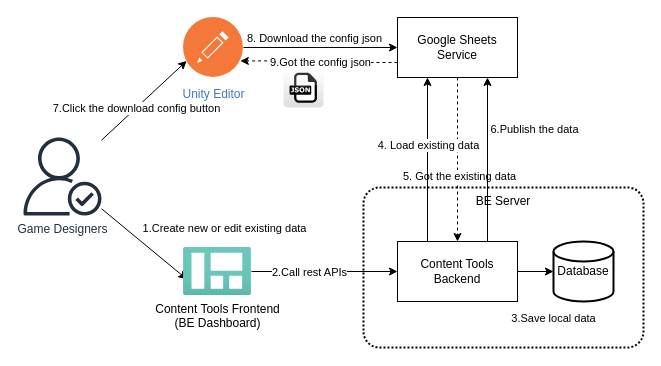
Above: page "Archetecture" (1 of 2) of Glow Content Tools.drawio in yaohuiwu/SimpleFS (draw.io), before the change. Source tidied: cells renumbered, new cells numbered last; positions are measured from the earlier drawing's top-left corner, leaving out a move shared by most shapes. Both pictures are drawn from the tidied source at 100%, with x=0, y=0 at pixel (23, 17).
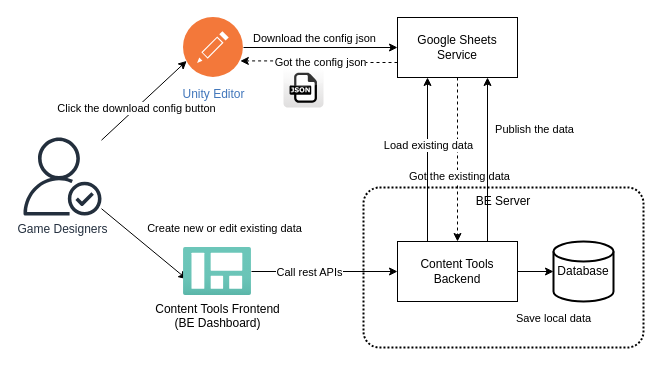
The same diagram, later.

The change refers to these unchanged cells:
```xml
<mxCell id="3" style="edgeStyle=orthogonalEdgeStyle;rounded=0;jettySize=auto;html=1;exitX=0;exitY=0.75;exitDx=0;exitDy=0;entryX=1;entryY=0.75;entryDx=0;entryDy=0;dashed=1;" parent="1" edge="1" source="7" target="22">
  <mxGeometry relative="1" as="geometry" />
</mxCell>
<mxCell id="5" style="edgeStyle=orthogonalEdgeStyle;rounded=0;jettySize=auto;html=1;exitX=0.5;exitY=1;exitDx=0;exitDy=0;dashed=1;entryX=0.5;entryY=0;entryDx=0;entryDy=0;" parent="1" edge="1" source="7" target="19">
  <mxGeometry relative="1" as="geometry" />
</mxCell>
<mxCell id="8" style="rounded=0;jettySize=auto;html=1;entryX=0.049;entryY=0.66;entryDx=0;entryDy=0;entryPerimeter=0;" parent="1" edge="1" source="12" target="25">
  <mxGeometry relative="1" as="geometry" />
</mxCell>
<mxCell id="10" style="edgeStyle=none;rounded=0;jettySize=auto;html=1;entryX=0;entryY=0.75;entryDx=0;entryDy=0;" parent="1" edge="1" source="12" target="22">
  <mxGeometry relative="1" as="geometry" />
</mxCell>
<mxCell id="13" style="edgeStyle=orthogonalEdgeStyle;rounded=0;jettySize=auto;html=1;exitX=1;exitY=0.5;exitDx=0;exitDy=0;" parent="1" edge="1" source="19" target="26">
  <mxGeometry relative="1" as="geometry" />
</mxCell>
<mxCell id="15" style="edgeStyle=orthogonalEdgeStyle;rounded=0;jettySize=auto;html=1;exitX=0.75;exitY=0;exitDx=0;exitDy=0;entryX=0.75;entryY=1;entryDx=0;entryDy=0;" parent="1" edge="1" source="19" target="7">
  <mxGeometry relative="1" as="geometry" />
</mxCell>
<mxCell id="17" style="edgeStyle=orthogonalEdgeStyle;rounded=0;jettySize=auto;html=1;entryX=0.25;entryY=1;entryDx=0;entryDy=0;exitX=0.25;exitY=0;exitDx=0;exitDy=0;" parent="1" edge="1" source="19" target="7">
  <mxGeometry relative="1" as="geometry" />
</mxCell>
<mxCell id="20" style="edgeStyle=none;rounded=0;jettySize=auto;html=1;exitX=1;exitY=0.5;exitDx=0;exitDy=0;entryX=0;entryY=0.5;entryDx=0;entryDy=0;" parent="1" edge="1" source="22" target="7">
  <mxGeometry relative="1" as="geometry" />
</mxCell>
<mxCell id="23" style="edgeStyle=orthogonalEdgeStyle;rounded=0;jettySize=auto;html=1;entryX=0;entryY=0.5;entryDx=0;entryDy=0;" parent="1" edge="1" source="25" target="19">
  <mxGeometry relative="1" as="geometry" />
</mxCell>
```

Change to the diagram source:
```diff
@@
-    <mxCell id="4" value="9.Got the config json" style="edgeLabel;html=1;align=center;verticalAlign=middle;" parent="3" vertex="1">
+    <mxCell id="4" value="Got the config json" style="edgeLabel;html=1;align=center;verticalAlign=middle;" parent="3" vertex="1">
       <mxGeometry x="-0.02" y="1" relative="1" as="geometry" />
     </mxCell>
@@
-    <mxCell id="6" value="5. Got the existing data" style="edgeLabel;html=1;align=center;verticalAlign=middle;" parent="5" vertex="1">
+    <mxCell id="6" value="Got the existing data" style="edgeLabel;html=1;align=center;verticalAlign=middle;" parent="5" vertex="1">
       <mxGeometry x="0.19" y="1" relative="1" as="geometry" />
     </mxCell>
@@
-    <mxCell id="9" value="1.Create new or edit existing data" style="edgeLabel;html=1;align=center;verticalAlign=middle;" parent="8" vertex="1">
+    <mxCell id="9" value="Create new or edit existing data" style="edgeLabel;html=1;align=center;verticalAlign=middle;" parent="8" vertex="1">
       <mxGeometry x="-0.16" relative="1" as="geometry">
         <mxPoint x="87" y="-10" as="offset" />
       </mxGeometry>
     </mxCell>
@@
-    <mxCell id="11" value="7.Click the download config button" style="edgeLabel;html=1;align=center;verticalAlign=middle;" parent="10" vertex="1">
+    <mxCell id="11" value="Click the download config button" style="edgeLabel;html=1;align=center;verticalAlign=middle;" parent="10" vertex="1">
       <mxGeometry x="-0.14" y="3" relative="1" as="geometry">
         <mxPoint y="4" as="offset" />
       </mxGeometry>
     </mxCell>
@@
-    <mxCell id="14" value="3.Save local data" style="edgeLabel;html=1;align=center;verticalAlign=middle;" parent="13" vertex="1">
+    <mxCell id="14" value="Save local data" style="edgeLabel;html=1;align=center;verticalAlign=middle;" parent="13" vertex="1">
       <mxGeometry x="-0.28" relative="1" as="geometry">
         <mxPoint x="19" y="46" as="offset" />
       </mxGeometry>
     </mxCell>
@@
-    <mxCell id="16" value="6.Publish the data" style="edgeLabel;html=1;align=center;verticalAlign=middle;" parent="15" vertex="1">
+    <mxCell id="16" value="Publish the data" style="edgeLabel;html=1;align=center;verticalAlign=middle;" parent="15" vertex="1">
       <mxGeometry x="0.17" y="-2" relative="1" as="geometry">
         <mxPoint x="44" y="-17" as="offset" />
       </mxGeometry>
     </mxCell>
@@
-    <mxCell id="18" value="4. Load existing data" style="edgeLabel;html=1;align=center;verticalAlign=middle;" parent="17" vertex="1">
+    <mxCell id="18" value="Load existing data" style="edgeLabel;html=1;align=center;verticalAlign=middle;" parent="17" vertex="1">
       <mxGeometry x="0.18" relative="1" as="geometry" />
     </mxCell>
@@
-    <mxCell id="21" value="8. Download the config json" style="edgeLabel;html=1;align=center;verticalAlign=middle;" parent="20" vertex="1">
+    <mxCell id="21" value="Download the config json" style="edgeLabel;html=1;align=center;verticalAlign=middle;" parent="20" vertex="1">
       <mxGeometry x="-0.15" y="-1" relative="1" as="geometry">
         <mxPoint x="5" y="-11" as="offset" />
       </mxGeometry>
     </mxCell>
@@
-    <mxCell id="24" value="2.Call rest APIs" style="edgeLabel;html=1;align=center;verticalAlign=middle;" parent="23" vertex="1">
+    <mxCell id="24" value="Call rest APIs" style="edgeLabel;html=1;align=center;verticalAlign=middle;" parent="23" vertex="1">
       <mxGeometry x="-0.22" relative="1" as="geometry" />
     </mxCell>
```
